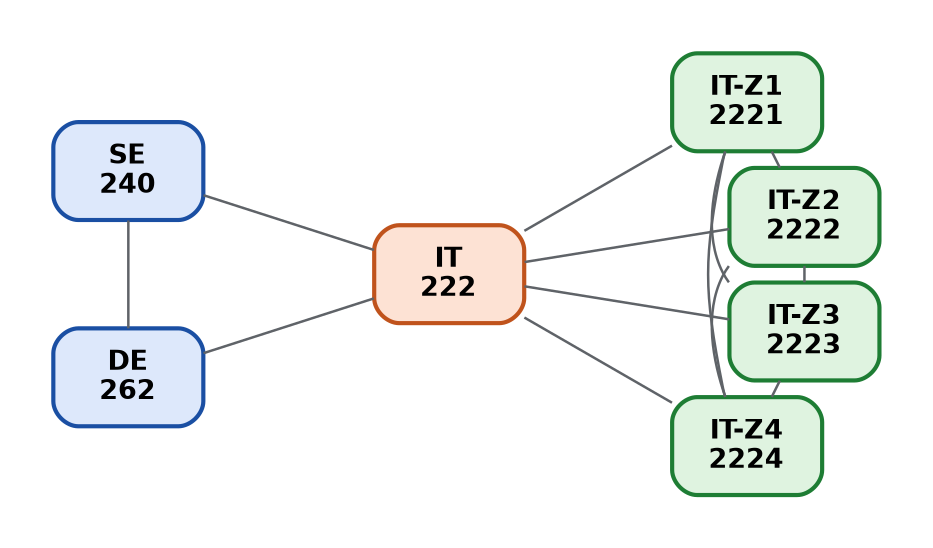
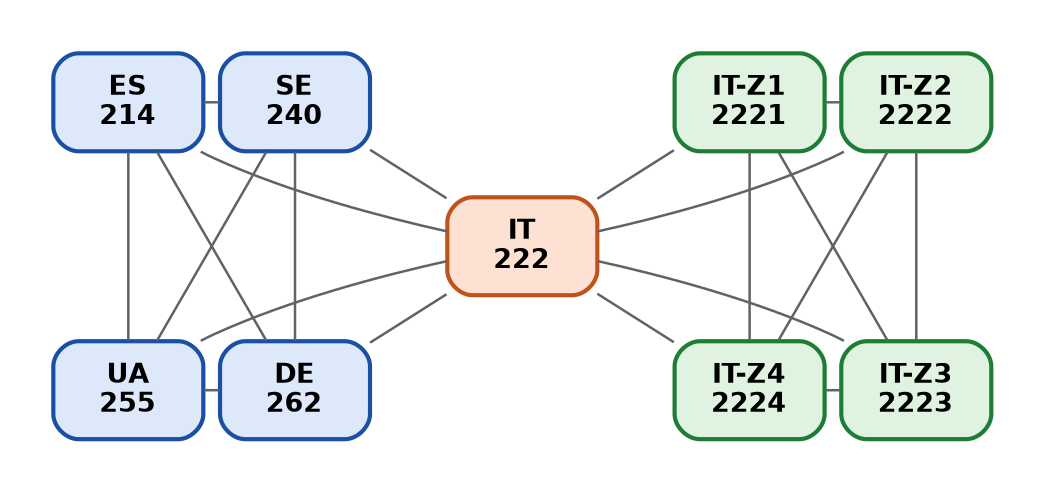
// National trunk mesh joined at IT 222 — the country gateway is the only
// Italian reflector on the international mesh. Two domains sharing one node.
+ // International side is a full mesh of 5 countries; national side is a full
+ // mesh of IT 222 + 4 Italian Zones.
graph NationalMesh {
  layout = neato;
  bgcolor = "transparent";
  margin = 0.3;
  overlap = false;
  splines = true;

  node [shape=box, style="filled,rounded", fontname="Helvetica-Bold",
        fontsize=13, penwidth=2, width=1.0, height=0.65, fixedsize=true];

-   // International domain on the left
-   SE [label="SE\n240", fillcolor="#dde8fb", color="#1a4fa3", pos="-2.8, 0.9!"];
-   DE [label="DE\n262", fillcolor="#dde8fb", color="#1a4fa3", pos="-2.8,-0.9!"];
+   // International domain on the left (full mesh of 5)
+   ES [label="ES\n214", fillcolor="#dde8fb", color="#1a4fa3", pos="-5.2, 1.9!"];
+   SE [label="SE\n240", fillcolor="#dde8fb", color="#1a4fa3", pos="-3.0, 1.9!"];
+   DE [label="DE\n262", fillcolor="#dde8fb", color="#1a4fa3", pos="-3.0,-1.9!"];
+   UA [label="UA\n255", fillcolor="#dde8fb", color="#1a4fa3", pos="-5.2,-1.9!"];

  // Country gateway in the middle (the hinge)
  IT [label="IT\n222", fillcolor="#fde2d4", color="#c0531c", pos="0,0!"];

-   // National domain on the right
-   Z1 [label="IT-Z1\n2221", fillcolor="#dff3e0", color="#1e7d34", pos="2.6, 1.5!"];
-   Z2 [label="IT-Z2\n2222", fillcolor="#dff3e0", color="#1e7d34", pos="3.1, 0.5!"];
-   Z3 [label="IT-Z3\n2223", fillcolor="#dff3e0", color="#1e7d34", pos="3.1,-0.5!"];
-   Z4 [label="IT-Z4\n2224", fillcolor="#dff3e0", color="#1e7d34", pos="2.6,-1.5!"];
+   // National domain on the right (full mesh of IT + Z1..Z4).
+   // Mirrors the international 2x2 block on the left so IT sits as the
+   // shared vertex between two symmetric kites and the 10 national edges
+   // have room to breathe.
+   Z1 [label="IT-Z1\n2221", fillcolor="#dff3e0", color="#1e7d34", pos="3.0, 1.9!"];
+   Z2 [label="IT-Z2\n2222", fillcolor="#dff3e0", color="#1e7d34", pos="5.2, 1.9!"];
+   Z3 [label="IT-Z3\n2223", fillcolor="#dff3e0", color="#1e7d34", pos="5.2,-1.9!"];
+   Z4 [label="IT-Z4\n2224", fillcolor="#dff3e0", color="#1e7d34", pos="3.0,-1.9!"];

  edge [color="#5f6368", penwidth=1.2];

-   // International domain (3 nodes, 3 edges)
-   SE -- DE; SE -- IT; DE -- IT;
+   // International domain — full mesh of 5 (10 edges)
+   ES -- SE; ES -- DE; ES -- UA; ES -- IT;
+   SE -- DE; SE -- UA; SE -- IT;
+   DE -- UA; DE -- IT;
+   UA -- IT;

-   // National domain (5 nodes, 10 edges)
+   // National domain — full mesh of IT + Z1..Z4 (10 edges)
  IT -- Z1; IT -- Z2; IT -- Z3; IT -- Z4;
  Z1 -- Z2; Z1 -- Z3; Z1 -- Z4;
  Z2 -- Z3; Z2 -- Z4;
  Z3 -- Z4;
}
